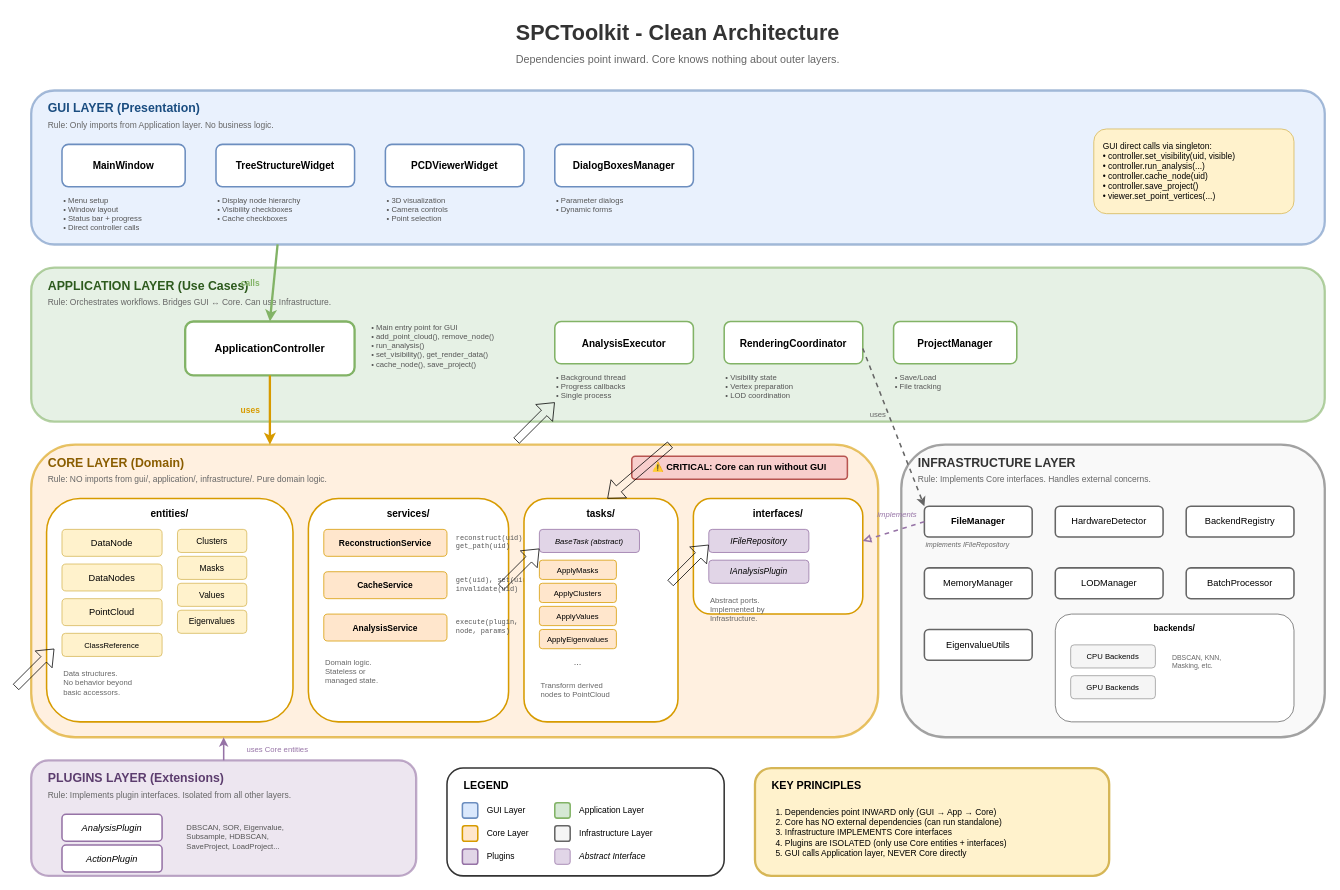
This is docs/architecture_concept.drawio from Sepehr-Sobhani-AU/SPCToolkit, a draw.io file, before an edit. Source tidied: cells renumbered, new cells numbered last; positions are measured from the earlier drawing's top-left corner, leaving out a move shared by most shapes. Both pictures are drawn from the tidied source at 77%, with x=0, y=0 at pixel (15, 13).
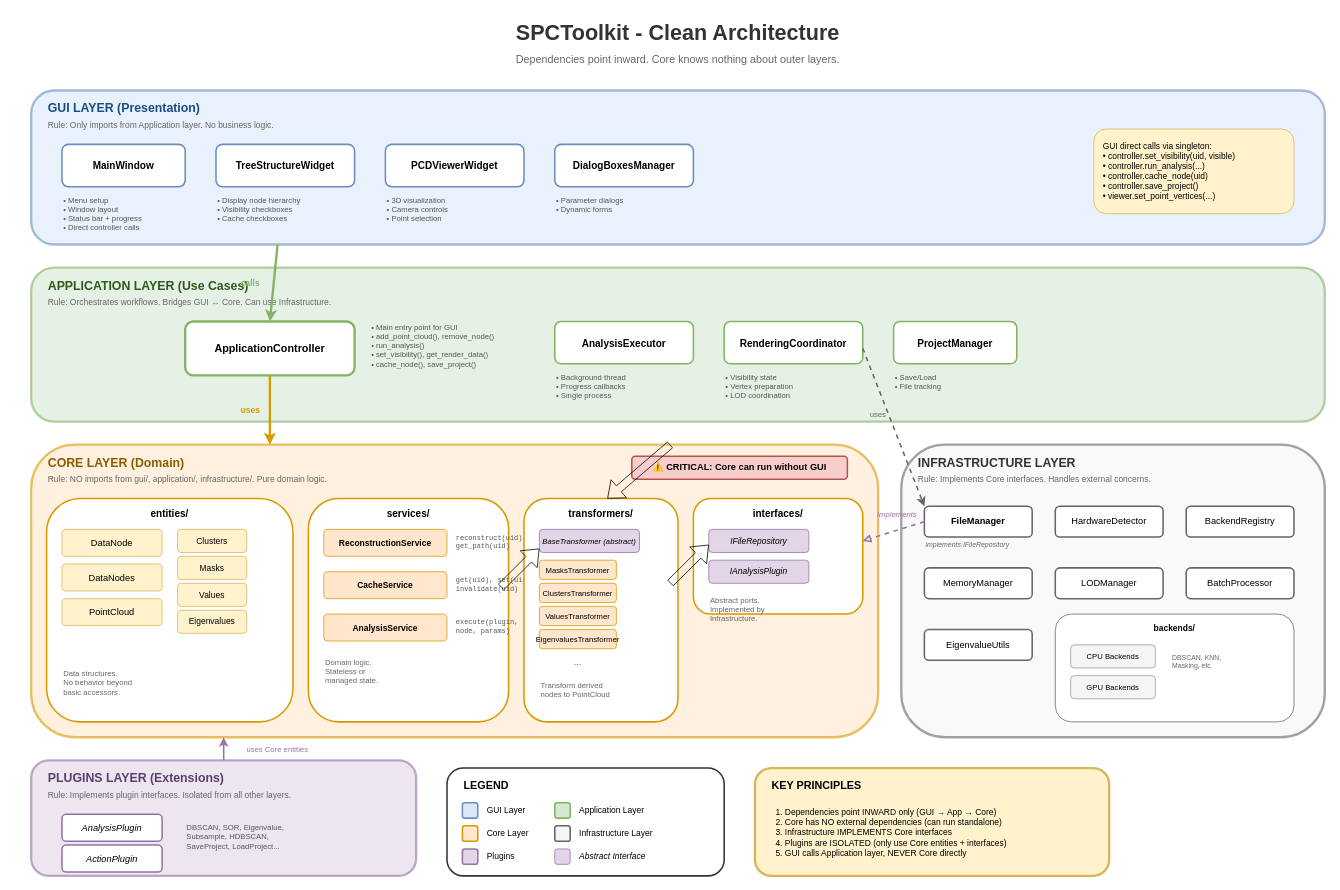
After the change.

Commit message:
Update architecture diagram: remove ClassReference, rename tasks to transformers

- Remove ClassReference entity (redundant - use Masks with Clusters.get_points_by_name())
- Rename tasks/ to transformers/
- Rename ApplyX classes to XTransformer:
  - ApplyMasks → MasksTransformer
  - ApplyClusters → ClustersTransformer
  - ApplyValues → ValuesTransformer
  - ApplyEigenvalues → EigenvaluesTransformer
- Rename BaseTask → BaseTransformer

Diff of the diagram source:
```diff
@@
-    <mxCell id="39" value="ClassReference" style="rounded=1;whiteSpace=wrap;html=1;fillColor=#fff2cc;strokeColor=#d6b656;strokeWidth=1;fontSize=10;" parent="1" vertex="1">
-      <mxGeometry x="60" y="805" width="130" height="30" as="geometry" />
-    </mxCell>
@@
-    <mxCell id="49" value="tasks/" style="rounded=1;whiteSpace=wrap;html=1;fillColor=#ffffff;strokeColor=#d79b00;strokeWidth=2;fontStyle=1;fontSize=13;verticalAlign=top;spacingTop=5;" parent="1" vertex="1">
+    <mxCell id="49" value="transformers/" style="rounded=1;whiteSpace=wrap;html=1;fillColor=#ffffff;strokeColor=#d79b00;strokeWidth=2;fontStyle=1;fontSize=13;verticalAlign=top;spacingTop=5;" parent="1" vertex="1">
       <mxGeometry x="660" y="630" width="200" height="290" as="geometry" />
     </mxCell>
-    <mxCell id="50" value="BaseTask (abstract)" style="rounded=1;whiteSpace=wrap;html=1;fillColor=#e1d5e7;strokeColor=#9673a6;strokeWidth=1;fontSize=10;fontStyle=2;" parent="1" vertex="1">
+    <mxCell id="50" value="BaseTransformer (abstract)" style="rounded=1;whiteSpace=wrap;html=1;fillColor=#e1d5e7;strokeColor=#9673a6;strokeWidth=1;fontSize=10;fontStyle=2;" parent="1" vertex="1">
       <mxGeometry x="680" y="670" width="130" height="30" as="geometry" />
     </mxCell>
-    <mxCell id="51" value="ApplyMasks" style="rounded=1;whiteSpace=wrap;html=1;fillColor=#ffe6cc;strokeColor=#d79b00;strokeWidth=1;fontSize=10;" parent="1" vertex="1">
+    <mxCell id="51" value="MasksTransformer" style="rounded=1;whiteSpace=wrap;html=1;fillColor=#ffe6cc;strokeColor=#d79b00;strokeWidth=1;fontSize=10;" parent="1" vertex="1">
       <mxGeometry x="680" y="710" width="100" height="25" as="geometry" />
     </mxCell>
-    <mxCell id="52" value="ApplyClusters" style="rounded=1;whiteSpace=wrap;html=1;fillColor=#ffe6cc;strokeColor=#d79b00;strokeWidth=1;fontSize=10;" parent="1" vertex="1">
+    <mxCell id="52" value="ClustersTransformer" style="rounded=1;whiteSpace=wrap;html=1;fillColor=#ffe6cc;strokeColor=#d79b00;strokeWidth=1;fontSize=10;" parent="1" vertex="1">
       <mxGeometry x="680" y="740" width="100" height="25" as="geometry" />
     </mxCell>
-    <mxCell id="53" value="ApplyValues" style="rounded=1;whiteSpace=wrap;html=1;fillColor=#ffe6cc;strokeColor=#d79b00;strokeWidth=1;fontSize=10;" parent="1" vertex="1">
+    <mxCell id="53" value="ValuesTransformer" style="rounded=1;whiteSpace=wrap;html=1;fillColor=#ffe6cc;strokeColor=#d79b00;strokeWidth=1;fontSize=10;" parent="1" vertex="1">
       <mxGeometry x="680" y="770" width="100" height="25" as="geometry" />
     </mxCell>
-    <mxCell id="54" value="ApplyEigenvalues" style="rounded=1;whiteSpace=wrap;html=1;fillColor=#ffe6cc;strokeColor=#d79b00;strokeWidth=1;fontSize=10;" parent="1" vertex="1">
+    <mxCell id="54" value="EigenvaluesTransformer" style="rounded=1;whiteSpace=wrap;html=1;fillColor=#ffe6cc;strokeColor=#d79b00;strokeWidth=1;fontSize=10;" parent="1" vertex="1">
       <mxGeometry x="680" y="800" width="100" height="25" as="geometry" />
     </mxCell>
@@
-    <mxCell id="109" style="shape=flexArrow;endArrow=classic;html=1;rounded=0;" parent="1" edge="1">
-      <mxGeometry relative="1" as="geometry">
-        <mxPoint y="875" as="sourcePoint" />
-        <mxPoint x="50" y="825" as="targetPoint" />
-      </mxGeometry>
-    </mxCell>
@@
-    <mxCell id="113" style="shape=flexArrow;endArrow=classic;html=1;rounded=0;" parent="1" edge="1">
-      <mxGeometry relative="1" as="geometry">
-        <mxPoint x="650" y="555" as="sourcePoint" />
-        <mxPoint x="700" y="505" as="targetPoint" />
-      </mxGeometry>
-    </mxCell>
```
